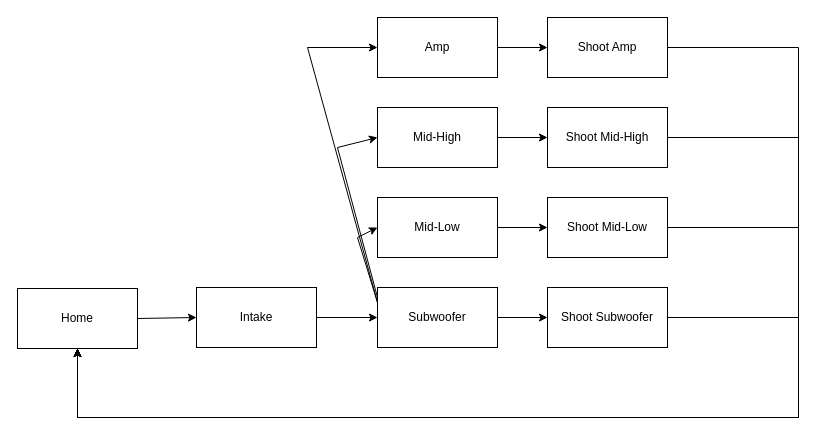
Before: State Machine Diagram.drawio in FRC1076/2025-Bebop, a draw.io diagram. Source tidied: cells renumbered, new cells numbered last; positions are measured from the earlier drawing's top-left corner, leaving out a move shared by most shapes. Both pictures are drawn from the tidied source at 100%, with x=0, y=0 at pixel (17, 17).
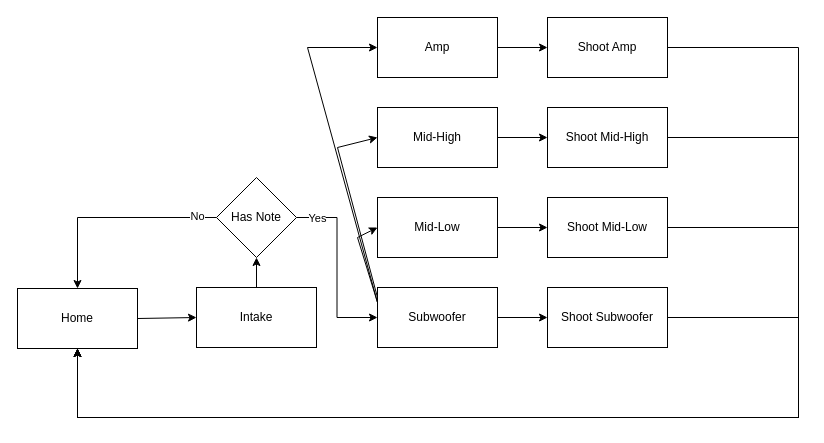
The same diagram, later.

Unchanged cells that the change refers to:
```xml
<mxCell id="2" value="Home" style="rounded=0;whiteSpace=wrap;html=1;" parent="1" vertex="1">
  <mxGeometry y="271" width="120" height="60" as="geometry" />
</mxCell>
<mxCell id="4" value="Intake" style="rounded=0;whiteSpace=wrap;html=1;" parent="1" vertex="1">
  <mxGeometry x="179" y="270" width="120" height="60" as="geometry" />
</mxCell>
<mxCell id="8" value="Subwoofer" style="rounded=0;whiteSpace=wrap;html=1;" parent="1" vertex="1">
  <mxGeometry x="360" y="270" width="120" height="60" as="geometry" />
</mxCell>
```

Diff of the diagram source:
```diff
@@
+    <mxCell id="25" style="edgeStyle=orthogonalEdgeStyle;rounded=0;jettySize=auto;html=1;" parent="1" edge="1" source="4" target="30">
+      <mxGeometry relative="1" as="geometry" />
+    </mxCell>
@@
-    <mxCell id="9" style="endArrow=classic;html=1;rounded=0;exitX=1;exitY=0.5;exitDx=0;exitDy=0;entryX=0;entryY=0.5;entryDx=0;entryDy=0;" parent="1" edge="1" source="4" target="8">
-      <mxGeometry relative="1" as="geometry" />
-    </mxCell>
@@
+    <mxCell id="26" style="edgeStyle=orthogonalEdgeStyle;rounded=0;jettySize=auto;html=1;entryX=0.5;entryY=0;entryDx=0;entryDy=0;" parent="1" edge="1" source="30" target="2">
+      <mxGeometry relative="1" as="geometry" />
+    </mxCell>
+    <mxCell id="27" value="&lt;div&gt;No&lt;/div&gt;" style="edgeLabel;html=1;align=center;verticalAlign=middle;" parent="26" vertex="1">
+      <mxGeometry x="-0.21" y="-5" relative="1" as="geometry">
+        <mxPoint x="63" y="3" as="offset" />
+      </mxGeometry>
+    </mxCell>
+    <mxCell id="28" style="edgeStyle=orthogonalEdgeStyle;rounded=0;jettySize=auto;html=1;entryX=0;entryY=0.5;entryDx=0;entryDy=0;" parent="1" edge="1" source="30" target="8">
+      <mxGeometry relative="1" as="geometry" />
+    </mxCell>
+    <mxCell id="29" value="Yes" style="edgeLabel;html=1;align=center;verticalAlign=middle;" parent="28" vertex="1">
+      <mxGeometry x="-0.32" y="5" relative="1" as="geometry">
+        <mxPoint x="-25" y="-21" as="offset" />
+      </mxGeometry>
+    </mxCell>
+    <mxCell id="30" value="Has Note" style="rhombus;whiteSpace=wrap;html=1;" parent="1" vertex="1">
+      <mxGeometry x="199" y="160" width="80" height="80" as="geometry" />
+    </mxCell>
```
